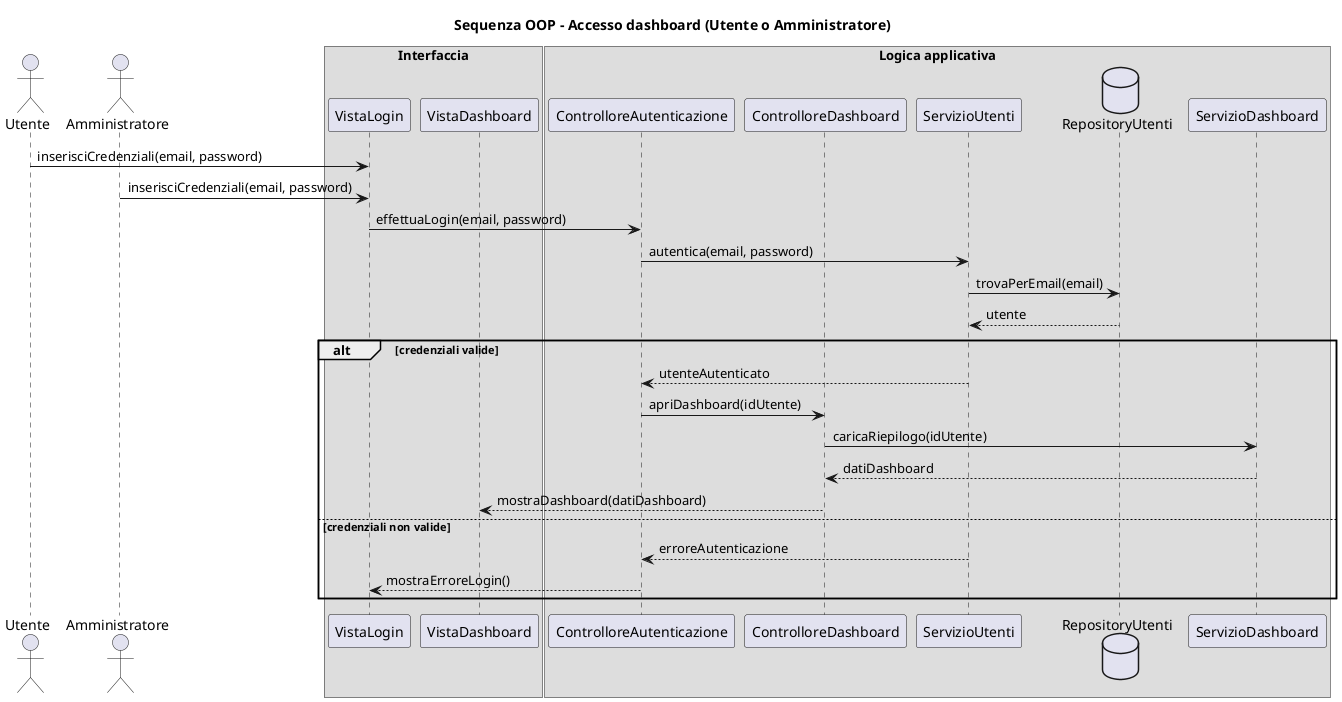
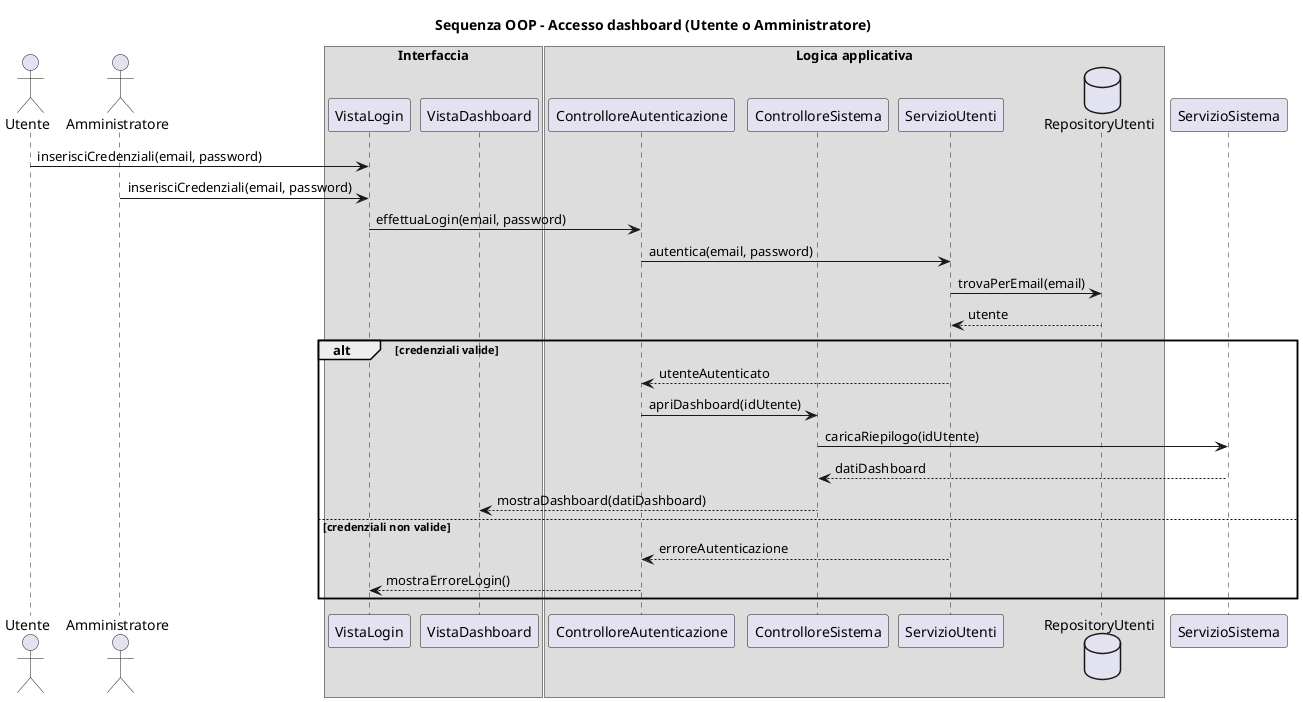
@startuml
title Sequenza OOP - Accesso dashboard (Utente o Amministratore)

actor Utente
actor Amministratore

box "Interfaccia"
participant "VistaLogin" as VistaLogin
participant "VistaDashboard" as VistaDashboard
end box

box "Logica applicativa"
participant "ControlloreAutenticazione" as ControlloreAutenticazione
- participant "ControlloreDashboard" as ControlloreDashboard
+ participant "ControlloreSistema" as ControlloreSistema
participant "ServizioUtenti" as ServizioUtenti
database "RepositoryUtenti" as RepositoryUtenti
- participant "ServizioDashboard" as ServizioDashboard
end box

Utente -> VistaLogin : inserisciCredenziali(email, password)
Amministratore -> VistaLogin : inserisciCredenziali(email, password)
VistaLogin -> ControlloreAutenticazione : effettuaLogin(email, password)
ControlloreAutenticazione -> ServizioUtenti : autentica(email, password)
ServizioUtenti -> RepositoryUtenti : trovaPerEmail(email)
RepositoryUtenti --> ServizioUtenti : utente

alt credenziali valide
  ServizioUtenti --> ControlloreAutenticazione : utenteAutenticato
-   ControlloreAutenticazione -> ControlloreDashboard : apriDashboard(idUtente)
-   ControlloreDashboard -> ServizioDashboard : caricaRiepilogo(idUtente)
-   ServizioDashboard --> ControlloreDashboard : datiDashboard
-   ControlloreDashboard --> VistaDashboard : mostraDashboard(datiDashboard)
+   ControlloreAutenticazione -> ControlloreSistema : apriDashboard(idUtente)
+   ControlloreSistema -> ServizioSistema : caricaRiepilogo(idUtente)
+   ServizioSistema --> ControlloreSistema : datiDashboard
+   ControlloreSistema --> VistaDashboard : mostraDashboard(datiDashboard)
else credenziali non valide
  ServizioUtenti --> ControlloreAutenticazione : erroreAutenticazione
  ControlloreAutenticazione --> VistaLogin : mostraErroreLogin()
end
@enduml
